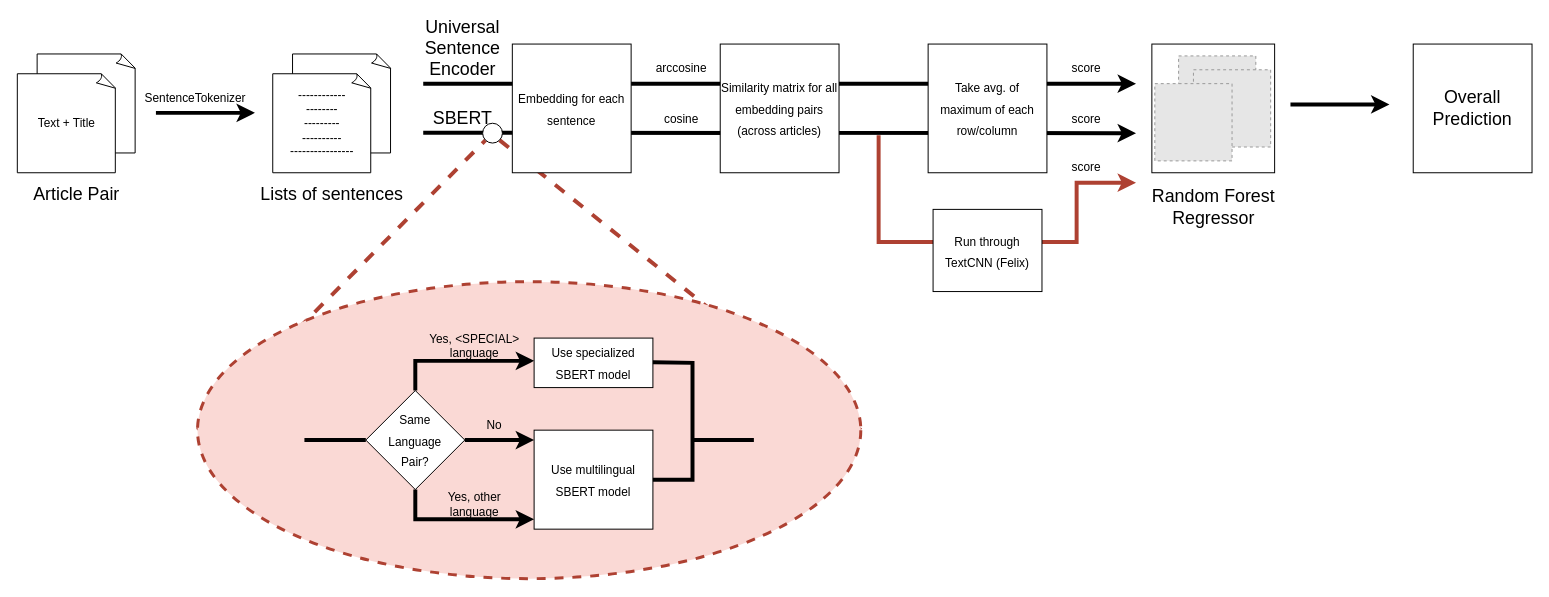
The draw.io diagram documentation/Model_Flow.drawio in simontrapp/semeval-22-task-8, before the edit. Source tidied: cells renumbered, new cells numbered last; positions are measured from the earlier drawing's top-left corner, leaving out a move shared by most shapes. Both pictures are drawn from the tidied source at 99%, with x=0, y=0 at pixel (17, 34). Pictures stored in the file or linked from it are replaced by grey dashed boxes.
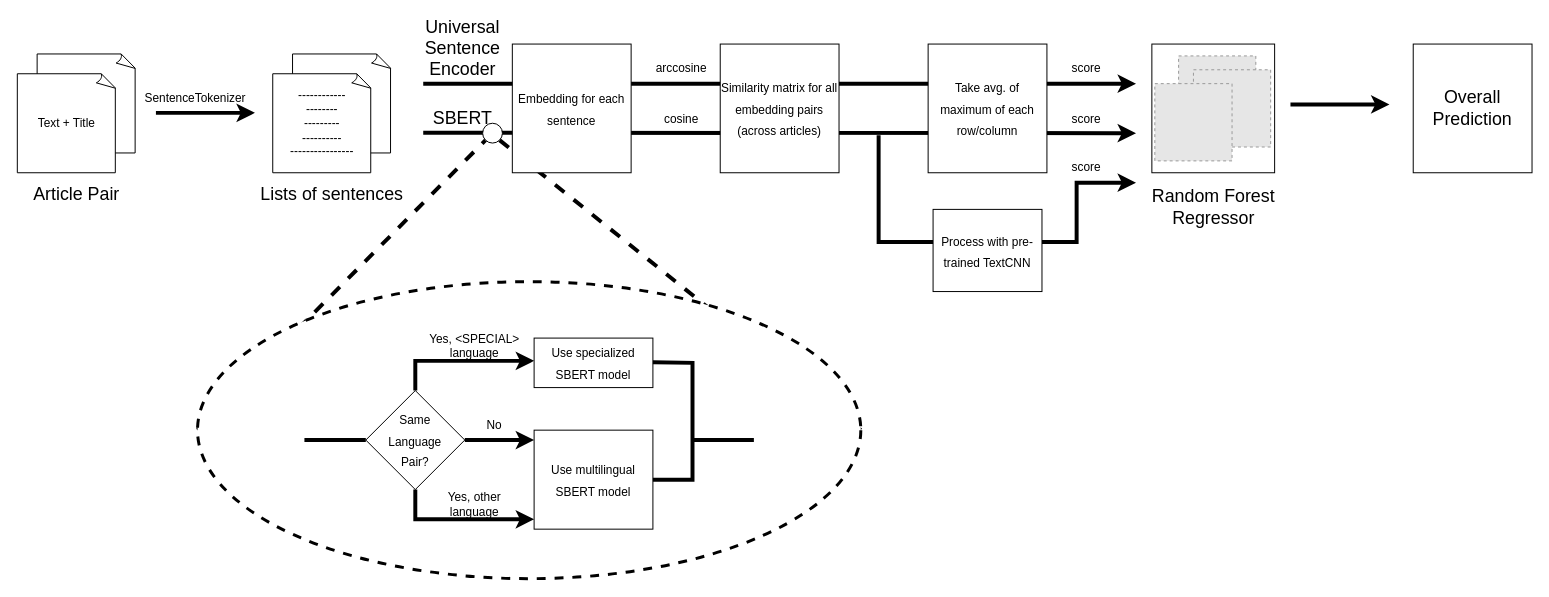
The same diagram, later.

Commit message (it also covers changes not shown here):
inverted predictions.csv + updated model flow graph

Unchanged cells that the change refers to:
```xml
<mxCell id="37" style="ellipse;whiteSpace=wrap;html=1;fontSize=12;" parent="1" vertex="1">
  <mxGeometry x="470" y="90" width="20" height="20" as="geometry" />
</mxCell>
```

Diff of the diagram source:
```diff
@@
-    <mxCell id="2" style="endArrow=none;html=1;rounded=0;fontSize=18;strokeWidth=4;entryX=1;entryY=1;entryDx=0;entryDy=0;exitX=1;exitY=0.5;exitDx=0;exitDy=0;dashed=1;fillColor=#fad9d5;strokeColor=#ae4132;" parent="1" edge="1" source="4" target="37">
+    <mxCell id="2" style="endArrow=none;html=1;rounded=0;fontSize=18;strokeWidth=4;entryX=1;entryY=1;entryDx=0;entryDy=0;exitX=1;exitY=0.5;exitDx=0;exitDy=0;dashed=1;fillColor=#fad9d5;strokeColor=#000000;" parent="1" edge="1" source="4" target="37">
       <mxGeometry relative="1" as="geometry" />
     </mxCell>
-    <mxCell id="3" style="endArrow=none;html=1;rounded=0;fontSize=18;strokeWidth=4;entryX=0;entryY=1;entryDx=0;entryDy=0;exitX=0;exitY=0.5;exitDx=0;exitDy=0;dashed=1;fillColor=#fad9d5;strokeColor=#ae4132;" parent="1" edge="1" source="4" target="37">
+    <mxCell id="3" style="endArrow=none;html=1;rounded=0;fontSize=18;strokeWidth=4;entryX=0;entryY=1;entryDx=0;entryDy=0;exitX=0;exitY=0.5;exitDx=0;exitDy=0;dashed=1;fillColor=#fad9d5;strokeColor=#000000;" parent="1" edge="1" source="4" target="37">
       <mxGeometry relative="1" as="geometry" />
     </mxCell>
-    <mxCell id="4" style="ellipse;whiteSpace=wrap;html=1;fontSize=12;strokeWidth=3;dashed=1;fillColor=#fad9d5;strokeColor=#ae4132;" parent="1" vertex="1">
+    <mxCell id="4" style="ellipse;whiteSpace=wrap;html=1;fontSize=12;strokeWidth=3;dashed=1;" parent="1" vertex="1">
       <mxGeometry x="182" y="250" width="670" height="300" as="geometry" />
     </mxCell>
@@
-    <mxCell id="24" style="endArrow=classic;html=1;rounded=0;fontSize=18;strokeWidth=4;fillColor=#fad9d5;strokeColor=#ae4132;" parent="1" edge="1">
+    <mxCell id="24" style="endArrow=classic;html=1;rounded=0;fontSize=18;strokeWidth=4;fillColor=#fad9d5;strokeColor=#000000;" parent="1" edge="1">
       <mxGeometry relative="1" as="geometry">
         <mxPoint x="870" y="102" as="sourcePoint" />
         <mxPoint x="1130" y="150" as="targetPoint" />
         <Array as="points">
           <mxPoint x="870" y="210" />
           <mxPoint x="1070" y="210" />
           <mxPoint x="1070" y="150" />
         </Array>
       </mxGeometry>
     </mxCell>
-    <mxCell id="25" value="&lt;font style=&quot;font-size: 12px&quot;&gt;Run through TextCNN (Felix)&lt;font style=&quot;font-size: 12px&quot;&gt;&lt;font style=&quot;font-size: 12px&quot;&gt;&lt;br&gt;&lt;/font&gt;&lt;/font&gt;&lt;/font&gt;" style="rounded=0;whiteSpace=wrap;html=1;fontSize=18;" parent="1" vertex="1">
+    <mxCell id="25" value="&lt;font style=&quot;font-size: 12px&quot;&gt;Process with pre-trained TextCNN&lt;font style=&quot;font-size: 12px&quot;&gt;&lt;font style=&quot;font-size: 12px&quot;&gt;&lt;br&gt;&lt;/font&gt;&lt;/font&gt;&lt;/font&gt;" style="rounded=0;whiteSpace=wrap;html=1;fontSize=18;" parent="1" vertex="1">
       <mxGeometry x="925" y="177" width="110" height="83" as="geometry" />
     </mxCell>
```
